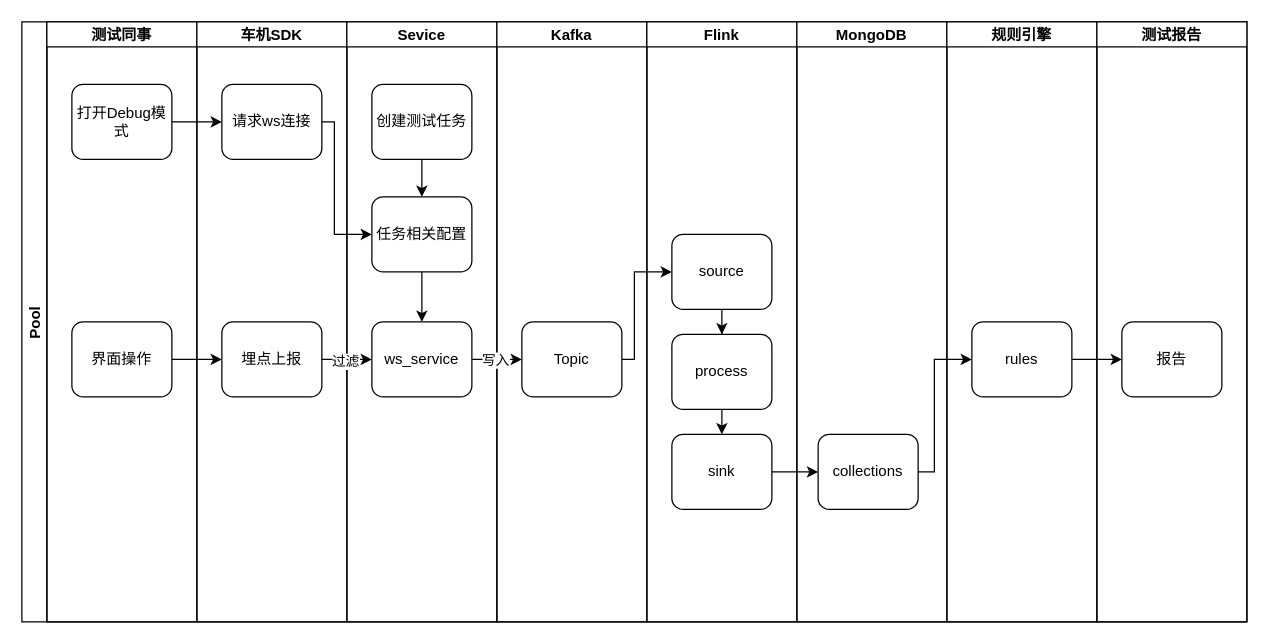
Earlier version of the draw.io diagram 数据采集中心-websocket工作图.drawio (shaozc3g/draw_io). Source tidied: cells renumbered, new cells numbered last; positions are measured from the earlier drawing's top-left corner, leaving out a move shared by most shapes. Both pictures are drawn from the tidied source at 125%, with x=0, y=0 at pixel (21, 21).
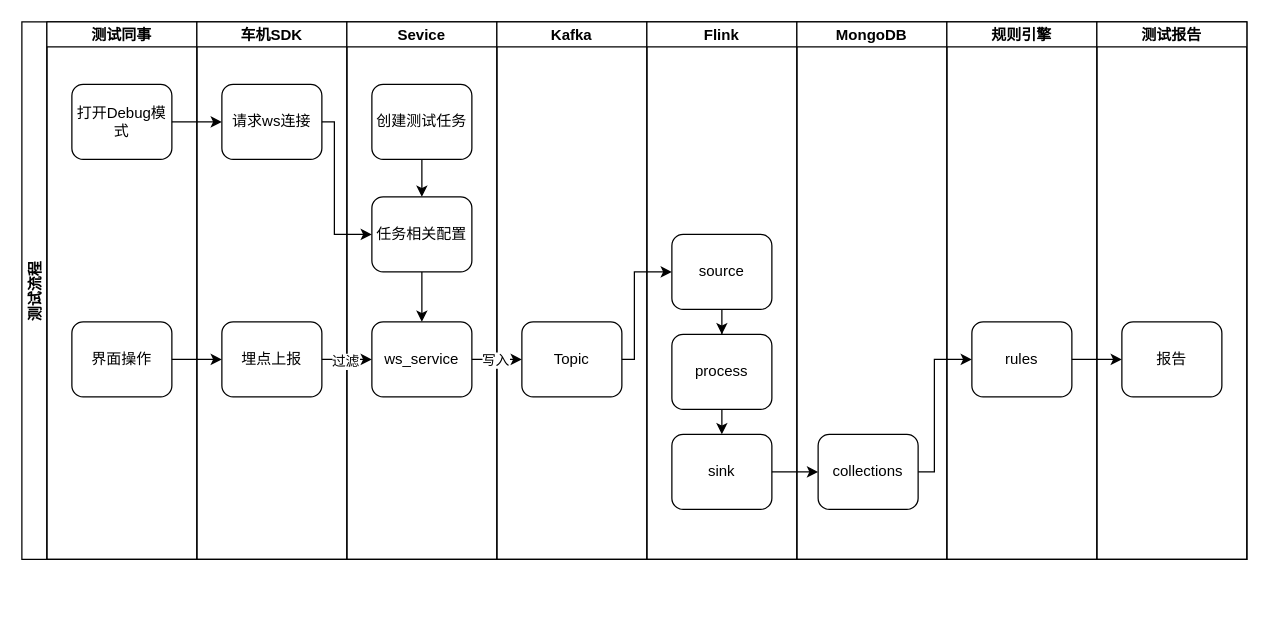
After the change.

Commit message (it also covers changes not shown here):
更新数据采集中心-websocket工作图.drawio

Change to the diagram source:
```diff
@@
-    <mxCell id="2" value="Pool" style="swimlane;startSize=20;horizontal=0;" parent="1" vertex="1">
-      <mxGeometry width="980" height="480" as="geometry" />
+    <mxCell id="2" value="测试流程" style="swimlane;startSize=20;horizontal=0;" parent="1" vertex="1">
+      <mxGeometry width="980" height="430" as="geometry" />
     </mxCell>
     <mxCell id="3" value="测试同事" style="swimlane;startSize=20;" parent="2" vertex="1">
-      <mxGeometry x="20" width="120" height="480" as="geometry" />
+      <mxGeometry x="20" width="120" height="430" as="geometry" />
     </mxCell>
@@
     <mxCell id="6" value="车机SDK" style="swimlane;startSize=20;" parent="2" vertex="1">
-      <mxGeometry x="140" width="120" height="480" as="geometry" />
+      <mxGeometry x="140" width="120" height="430" as="geometry" />
     </mxCell>
@@
     <mxCell id="9" value="Sevice" style="swimlane;startSize=20;" parent="2" vertex="1">
-      <mxGeometry x="260" width="120" height="480" as="geometry" />
+      <mxGeometry x="260" width="120" height="430" as="geometry" />
     </mxCell>
@@
     <mxCell id="15" value="Kafka" style="swimlane;startSize=20;" parent="2" vertex="1">
-      <mxGeometry x="380" width="120" height="480" as="geometry" />
+      <mxGeometry x="380" width="120" height="430" as="geometry" />
     </mxCell>
@@
     <mxCell id="17" value="Flink" style="swimlane;startSize=20;" parent="2" vertex="1">
-      <mxGeometry x="500" width="120" height="480" as="geometry" />
+      <mxGeometry x="500" width="120" height="430" as="geometry" />
     </mxCell>
@@
     <mxCell id="23" value="MongoDB" style="swimlane;startSize=20;" parent="2" vertex="1">
-      <mxGeometry x="620" width="120" height="480" as="geometry" />
+      <mxGeometry x="620" width="120" height="430" as="geometry" />
     </mxCell>
@@
     <mxCell id="25" value="规则引擎" style="swimlane;startSize=20;" parent="2" vertex="1">
-      <mxGeometry x="740" width="120" height="480" as="geometry" />
+      <mxGeometry x="740" width="120" height="430" as="geometry" />
     </mxCell>
@@
     <mxCell id="27" value="测试报告" style="swimlane;startSize=20;" parent="2" vertex="1">
-      <mxGeometry x="860" width="120" height="480" as="geometry" />
+      <mxGeometry x="860" width="120" height="430" as="geometry" />
     </mxCell>
```
